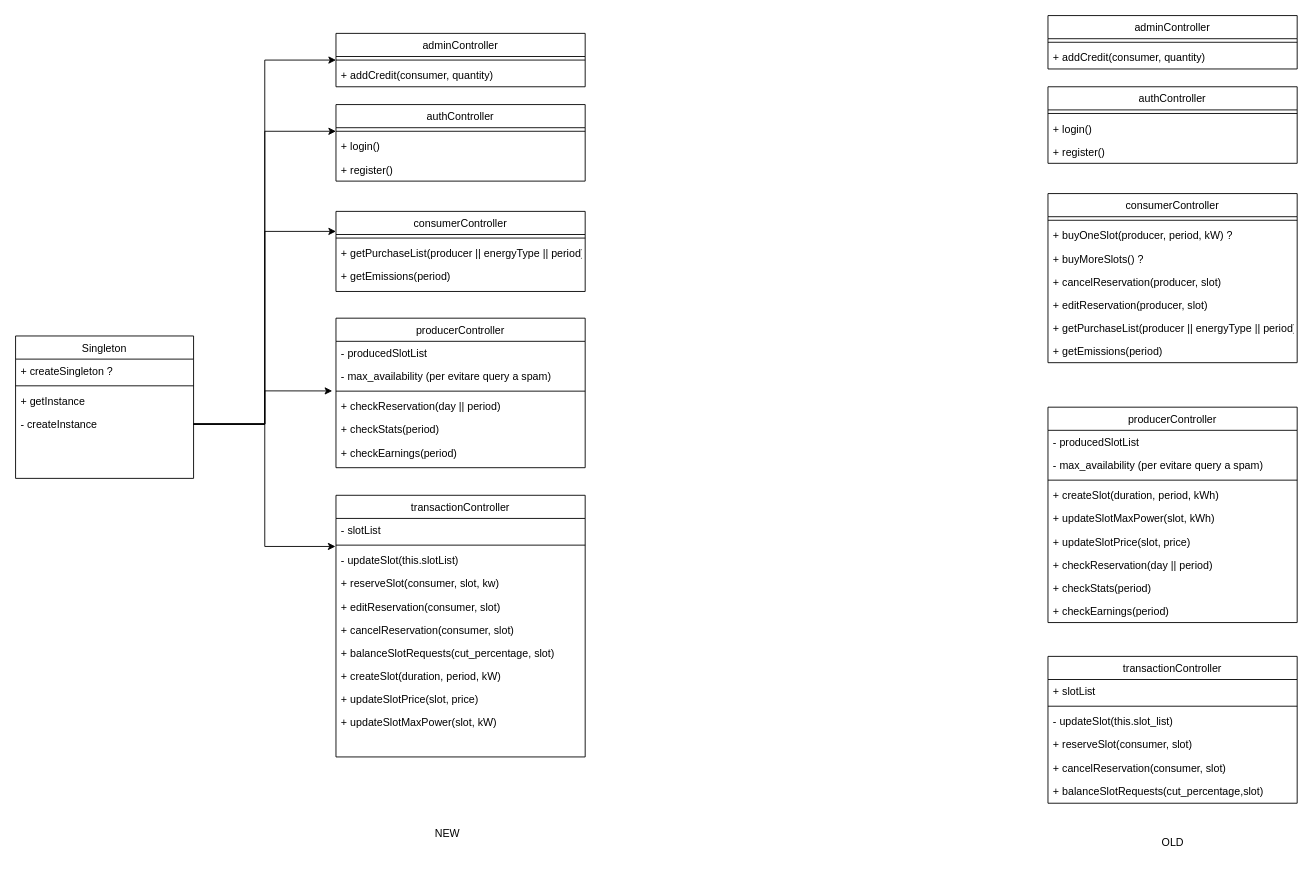
Before: Untitled Diagram.drawio in Simo-univpm/progetto_pa, a draw.io diagram. Source tidied: cells renumbered, new cells numbered last; positions are measured from the earlier drawing's top-left corner, leaving out a move shared by most shapes. Both pictures are drawn from the tidied source at 89%, with x=0, y=0 at pixel (15, 15).
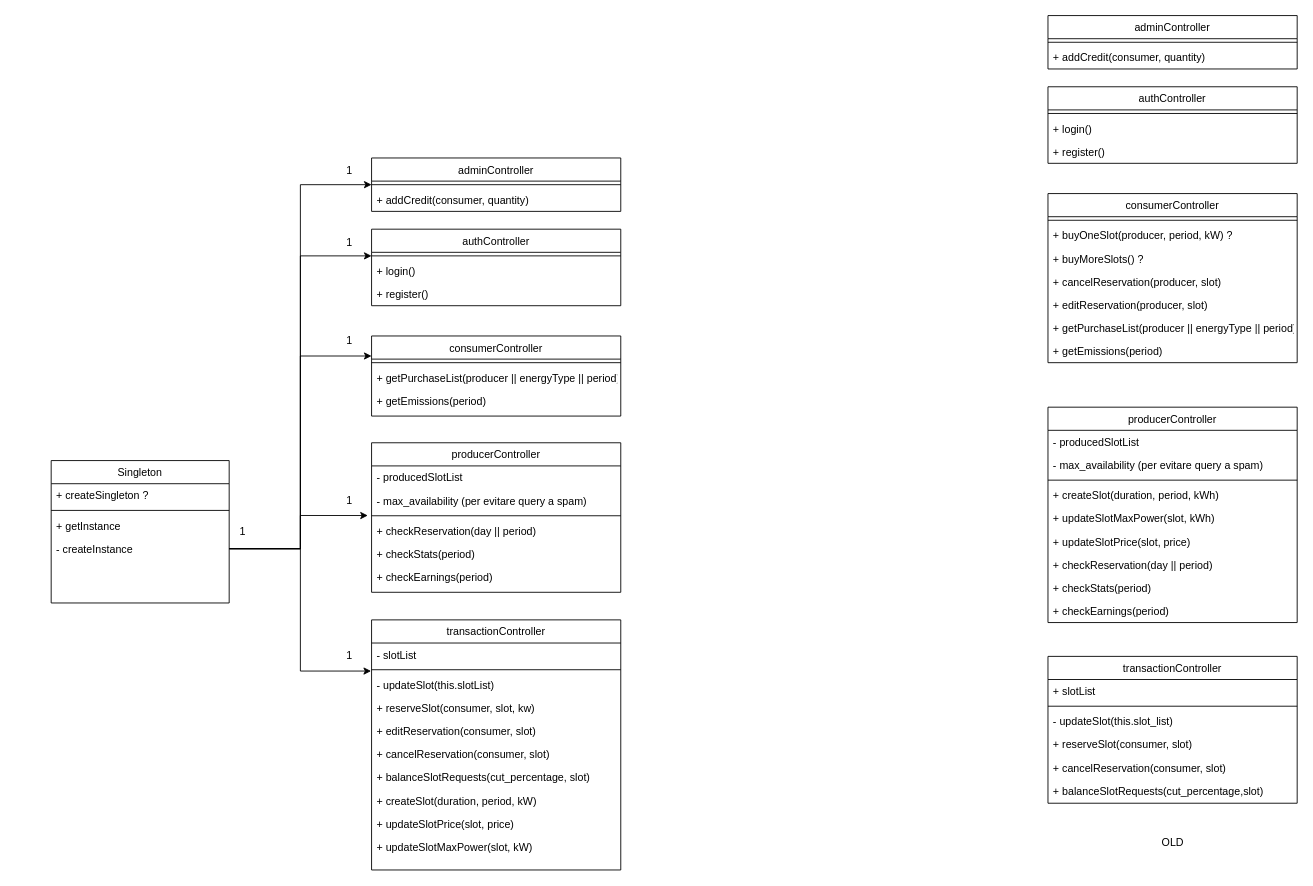
After the change.

Commit message:
sigleton class diagram 2.drawio

Change to the diagram source:
```diff
@@
     <mxCell id="2" value="Singleton" style="swimlane;fontStyle=0;align=center;verticalAlign=top;horizontal=1;startSize=26;rounded=0;shadow=0;strokeWidth=1;" parent="1" vertex="1">
-      <mxGeometry y="360" width="200" height="160" as="geometry" />
+      <mxGeometry x="40" y="500" width="200" height="160" as="geometry" />
     </mxCell>
@@
     <mxCell id="39" value="authController" style="swimlane;fontStyle=0;align=center;verticalAlign=top;horizontal=1;startSize=26;rounded=0;shadow=0;strokeWidth=1;" parent="1" vertex="1">
-      <mxGeometry x="360" y="100" width="280" height="86" as="geometry" />
+      <mxGeometry x="400" y="240" width="280" height="86" as="geometry" />
     </mxCell>
@@
     <mxCell id="43" value="adminController" style="swimlane;fontStyle=0;align=center;verticalAlign=top;horizontal=1;startSize=26;rounded=0;shadow=0;strokeWidth=1;" parent="1" vertex="1">
-      <mxGeometry x="360" y="20" width="280" height="60" as="geometry" />
+      <mxGeometry x="400" y="160" width="280" height="60" as="geometry" />
     </mxCell>
@@
     <mxCell id="46" value="consumerController" style="swimlane;fontStyle=0;align=center;verticalAlign=top;horizontal=1;startSize=26;rounded=0;shadow=0;strokeWidth=1;" parent="1" vertex="1">
-      <mxGeometry x="360" y="220" width="280" height="90" as="geometry" />
+      <mxGeometry x="400" y="360" width="280" height="90" as="geometry" />
     </mxCell>
@@
     <mxCell id="50" value="transactionController" style="swimlane;fontStyle=0;align=center;verticalAlign=top;horizontal=1;startSize=26;rounded=0;shadow=0;strokeWidth=1;" parent="1" vertex="1">
-      <mxGeometry x="360" y="539" width="280" height="294" as="geometry" />
+      <mxGeometry x="400" y="679" width="280" height="281" as="geometry" />
     </mxCell>
@@
     <mxCell id="61" value="producerController" style="swimlane;fontStyle=0;align=center;verticalAlign=top;horizontal=1;startSize=26;rounded=0;shadow=0;strokeWidth=1;" parent="1" vertex="1">
-      <mxGeometry x="360" y="340" width="280" height="168" as="geometry" />
+      <mxGeometry x="400" y="480" width="280" height="168" as="geometry" />
     </mxCell>
@@
-    <mxCell id="73" value="NEW" style="text;html=1;align=center;verticalAlign=middle;strokeColor=none;fillColor=none;" parent="1" vertex="1">
-      <mxGeometry x="460" y="905" width="50" height="30" as="geometry" />
-    </mxCell>
@@
+    <mxCell id="75" value="1" style="text;html=1;align=center;verticalAlign=middle;strokeColor=none;fillColor=none;" parent="1" vertex="1">
+      <mxGeometry x="240" y="565" width="30" height="30" as="geometry" />
+    </mxCell>
+    <mxCell id="76" value="1" style="text;html=1;align=center;verticalAlign=middle;strokeColor=none;fillColor=none;" parent="1" vertex="1">
+      <mxGeometry x="360" y="705" width="30" height="30" as="geometry" />
+    </mxCell>
+    <mxCell id="77" value="1" style="text;html=1;align=center;verticalAlign=middle;strokeColor=none;fillColor=none;" parent="1" vertex="1">
+      <mxGeometry x="360" y="530" width="30" height="30" as="geometry" />
+    </mxCell>
+    <mxCell id="78" value="1" style="text;html=1;align=center;verticalAlign=middle;strokeColor=none;fillColor=none;" parent="1" vertex="1">
+      <mxGeometry x="360" y="350" width="30" height="30" as="geometry" />
+    </mxCell>
+    <mxCell id="79" value="1" style="text;html=1;align=center;verticalAlign=middle;strokeColor=none;fillColor=none;" parent="1" vertex="1">
+      <mxGeometry x="360" y="240" width="30" height="30" as="geometry" />
+    </mxCell>
+    <mxCell id="80" value="1" style="text;html=1;align=center;verticalAlign=middle;strokeColor=none;fillColor=none;" parent="1" vertex="1">
+      <mxGeometry x="360" y="160" width="30" height="30" as="geometry" />
+    </mxCell>
```
